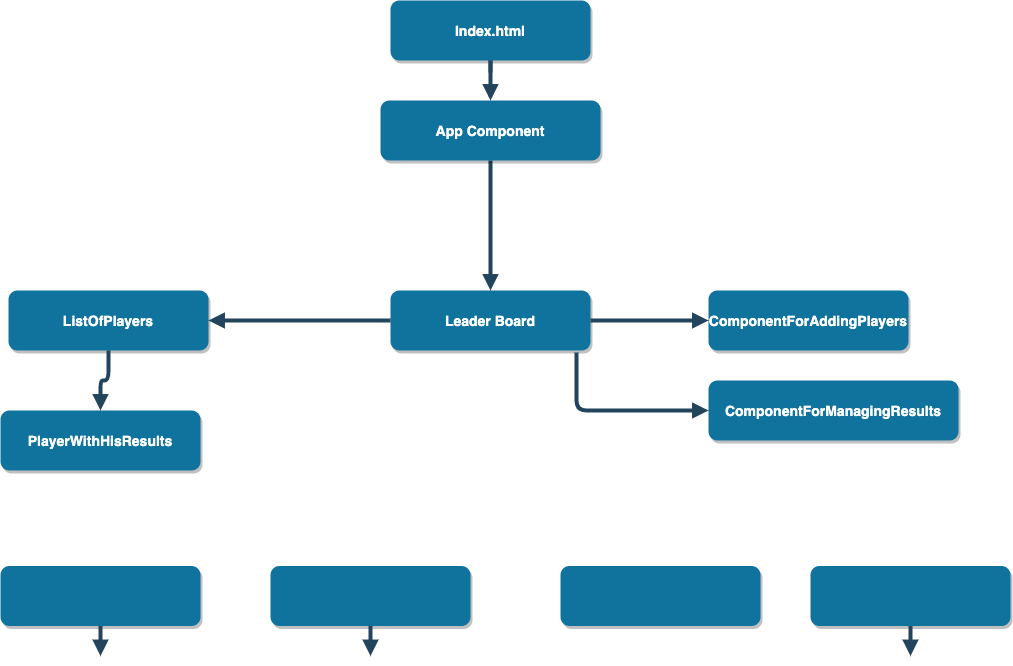
This is Players.png from irex808/vue3-test1, a draw.io export, as it was before one commit. Source tidied: cells renumbered, new cells last; positions are measured from the earlier drawing's top-left corner, leaving out a move shared by most shapes.
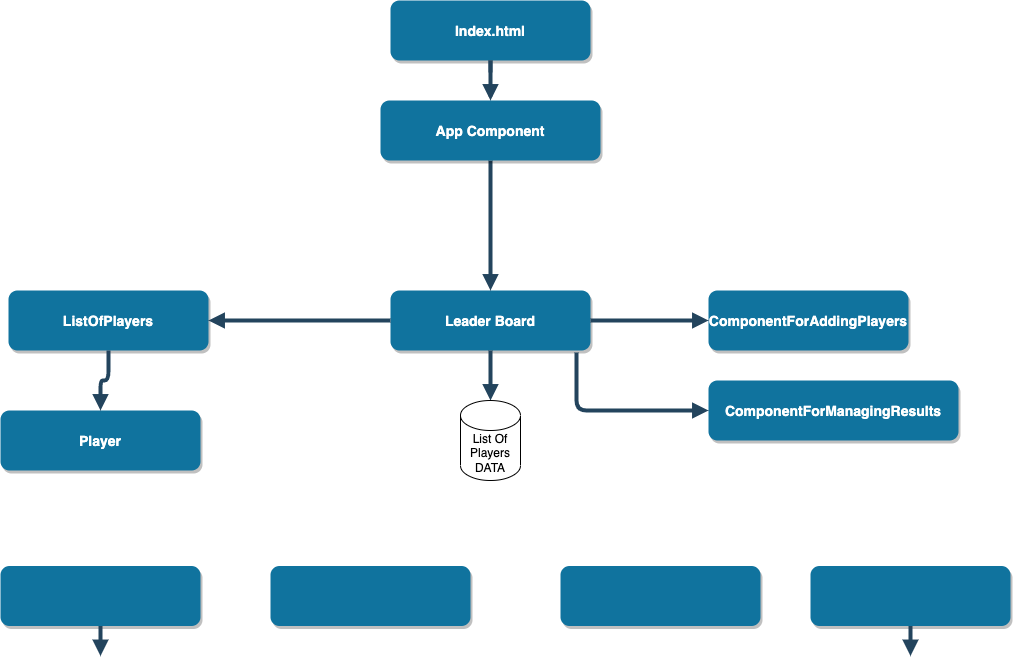
The same diagram one commit later.

Commit message:
Adjustment to Idea

Diff of the diagram source:
```diff
@@ -11,7 +11,7 @@
     <mxCell id="4" value="Leader Board" style="rounded=1;fillColor=#10739E;strokeColor=none;shadow=1;gradientColor=none;fontStyle=1;fontColor=#FFFFFF;fontSize=14;" parent="1" vertex="1">
       <mxGeometry x="390" y="290" width="200" height="60" as="geometry" />
     </mxCell>
-    <mxCell id="5" value="PlayerWithHisResults" style="rounded=1;fillColor=#10739E;strokeColor=none;shadow=1;gradientColor=none;fontStyle=1;fontColor=#FFFFFF;fontSize=14;" parent="1" vertex="1">
+    <mxCell id="5" value="Player" style="rounded=1;fillColor=#10739E;strokeColor=none;shadow=1;gradientColor=none;fontStyle=1;fontColor=#FFFFFF;fontSize=14;" parent="1" vertex="1">
       <mxGeometry y="410" width="200" height="60" as="geometry" />
     </mxCell>
     <mxCell id="6" style="rounded=1;fillColor=#10739E;strokeColor=none;shadow=1;gradientColor=none;fontStyle=1;fontColor=#FFFFFF;fontSize=14;" parent="1" vertex="1">
@@ -50,10 +50,8 @@
         <mxPoint x="100" y="655.5" as="targetPoint" />
       </mxGeometry>
     </mxCell>
-    <mxCell id="16" style="edgeStyle=elbowEdgeStyle;elbow=vertical;strokeWidth=4;endArrow=block;endFill=1;fontStyle=1;strokeColor=#23445D;" parent="1" edge="1" source="8">
-      <mxGeometry x="62" y="175.5" as="geometry">
-        <mxPoint x="370" y="655.5" as="targetPoint" />
-      </mxGeometry>
+    <mxCell id="16" style="edgeStyle=elbowEdgeStyle;elbow=vertical;strokeWidth=4;endArrow=block;endFill=1;fontStyle=1;strokeColor=#23445D;exitX=0.5;exitY=1;exitDx=0;exitDy=0;entryX=0.5;entryY=0;entryDx=0;entryDy=0;entryPerimeter=0;" parent="1" edge="1" source="4" target="23">
+      <mxGeometry x="62" y="175.5" as="geometry" />
     </mxCell>
     <mxCell id="17" style="edgeStyle=elbowEdgeStyle;elbow=vertical;strokeWidth=4;endArrow=block;endFill=1;fontStyle=1;strokeColor=#23445D;entryX=0;entryY=0.5;entryDx=0;entryDy=0;exitX=1;exitY=0.5;exitDx=0;exitDy=0;" parent="1" edge="1" source="4" target="7">
       <mxGeometry x="72" y="165.5" as="geometry" />
@@ -83,5 +81,8 @@
     <mxCell id="22" value="App Component" style="rounded=1;fillColor=#10739E;strokeColor=none;shadow=1;gradientColor=none;fontStyle=1;fontColor=#FFFFFF;fontSize=14;" parent="1" vertex="1">
       <mxGeometry x="380" y="100" width="220" height="60" as="geometry" />
     </mxCell>
+    <mxCell id="23" value="List Of Players&lt;br&gt;DATA" style="shape=cylinder3;whiteSpace=wrap;html=1;boundedLbl=1;backgroundOutline=1;size=15;" parent="1" vertex="1">
+      <mxGeometry x="460" y="400" width="60" height="80" as="geometry" />
+    </mxCell>
   </root>
 </mxGraphModel>
```
